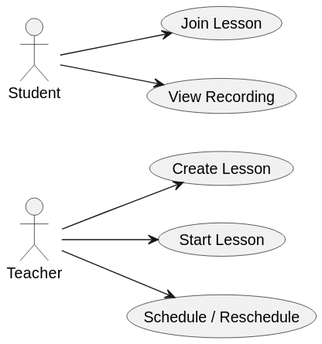
The PlantUML diagram docs/diagrams/plantuml-output/useCase.svg in MoUmen-A/LMS-Core-Architecture, before a commit. The source it was exported from:
```plantuml
@startuml
left to right direction
skinparam packageStyle rectangle

actor Teacher
actor Student

Teacher --> (Create Lesson)
Teacher --> (Start Lesson)
Teacher --> (Schedule / Reschedule)
Student --> (Join Lesson)
Student --> (View Recording)
@enduml
```
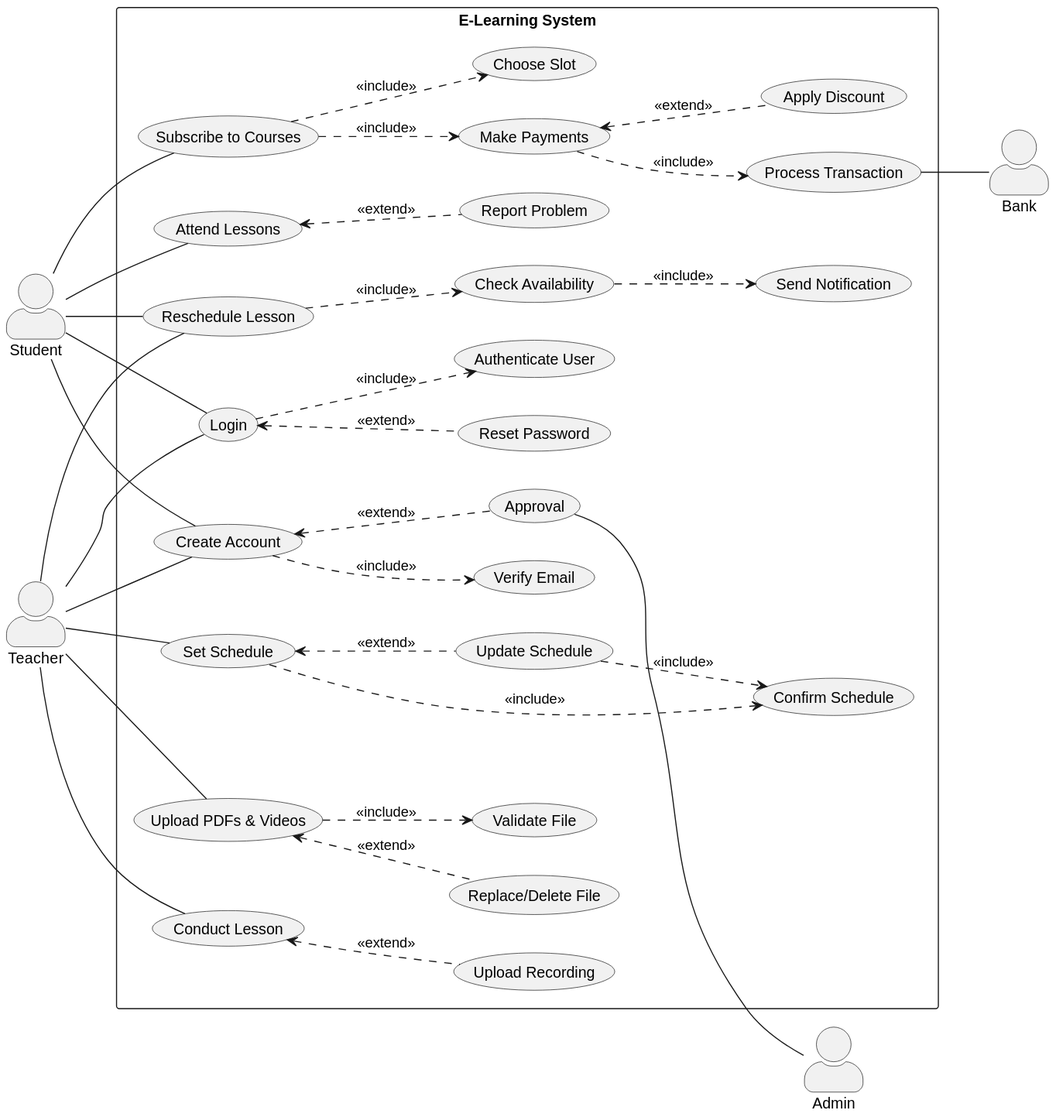
The same diagram one commit later.

Commit message:
Add use case diagrams for Admin, Bank, Student, and Teacher - Created diagrams for Admin, Bank, Student, and Teacher use cases.

What changed in the source:
```diff
@@ -1,13 +1,85 @@
 @startuml
 left to right direction
 skinparam packageStyle rectangle
+skinparam shadowing false
+skinparam actorStyle awesome
 
-actor Teacher
-actor Student
+actor Student as S
+actor Teacher as T
 
-Teacher --> (Create Lesson)
-Teacher --> (Start Lesson)
-Teacher --> (Schedule / Reschedule)
-Student --> (Join Lesson)
-Student --> (View Recording)
+rectangle "E-Learning System" {
+
+    usecase "Subscribe to Courses" as UC_Sub
+    usecase "Choose Slot" as UC_Slot
+    usecase "Make Payments" as UC_Pay
+    usecase "Process Transaction" as UC_Proc
+    usecase "Apply Discount" as UC_Disc
+
+    usecase "Attend Lessons" as UC_Attend
+    usecase "Report Problem" as UC_Prob
+    usecase "Conduct Lesson" as UC_Conduct
+    usecase "Upload Recording" as UC_Rec
+
+    usecase "Login" as UC_Log
+    usecase "Authenticate User" as UC_Auth
+    usecase "Reset Password" as UC_Reset
+    usecase "Create Account" as UC_Create
+    usecase "Verify Email" as UC_Verify
+    usecase "Approval" as UC_Approve
+
+    usecase "Reschedule Lesson" as UC_Resched
+    usecase "Check Availability" as UC_Check
+    usecase "Send Notification" as UC_Note
+    usecase "Set Schedule" as UC_SetSch
+    usecase "Update Schedule" as UC_UpdtSch
+    usecase "Confirm Schedule" as UC_ConfSch
+
+    usecase "Upload PDFs & Videos" as UC_Upload
+    usecase "Validate File" as UC_Valid
+    usecase "Replace/Delete File" as UC_Rep
+}
+
+actor Bank as B
+actor Admin as A
+
+
+S -- UC_Sub
+S -- UC_Attend
+S -- UC_Resched
+S -- UC_Log
+S -- UC_Create
+
+T -- UC_Resched
+T -- UC_Log
+T -- UC_Create
+T -- UC_Conduct
+T -- UC_Upload
+T -- UC_SetSch
+
+UC_Sub ..> UC_Pay : <<include>>
+UC_Sub ..> UC_Slot : <<include>>
+UC_Pay ..> UC_Proc : <<include>>
+UC_Pay <.. UC_Disc : <<extend>>
+UC_Proc -- B
+
+UC_Attend <.. UC_Prob : <<extend>>
+
+UC_Resched ..> UC_Check : <<include>>
+UC_Check ..> UC_Note : <<include>>
+
+UC_Log ..> UC_Auth : <<include>>
+UC_Log <.. UC_Reset : <<extend>>
+
+UC_Create ..> UC_Verify : <<include>>
+UC_Create <.. UC_Approve : <<extend>>
+UC_Approve -- A
+
+UC_Conduct <.. UC_Rec : <<extend>>
+
+UC_Upload ..> UC_Valid : <<include>>
+UC_Upload <.. UC_Rep : <<extend>>
+
+UC_SetSch ..> UC_ConfSch : <<include>>
+UC_SetSch <.. UC_UpdtSch : <<extend>>
+UC_UpdtSch ..> UC_ConfSch : <<include>>
 @enduml
```
